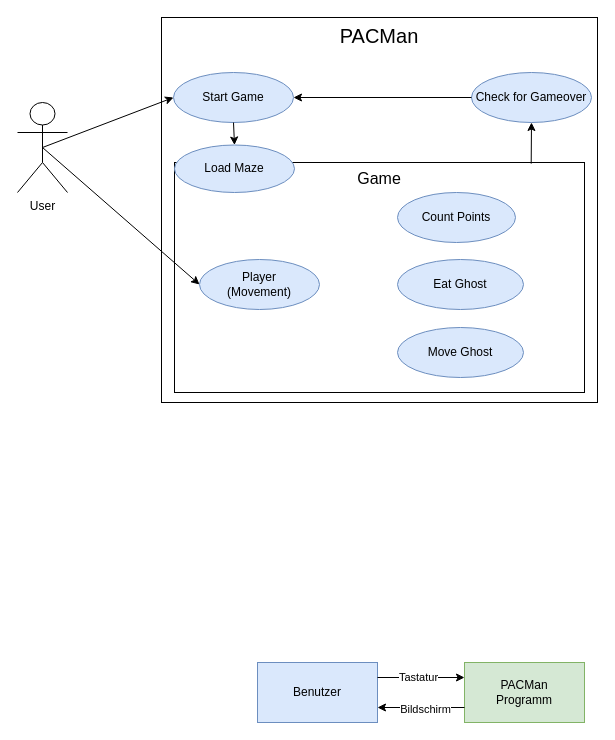
Before: Planung/Kontextdiagramm/Kontextdiagramm.drawio in flurin-b/PMSwEng, a draw.io diagram. Source tidied: cells renumbered, new cells numbered last; positions are measured from the earlier drawing's top-left corner, leaving out a move shared by most shapes. Both pictures are drawn from the tidied source at 100%, with x=0, y=0 at pixel (17, 17).
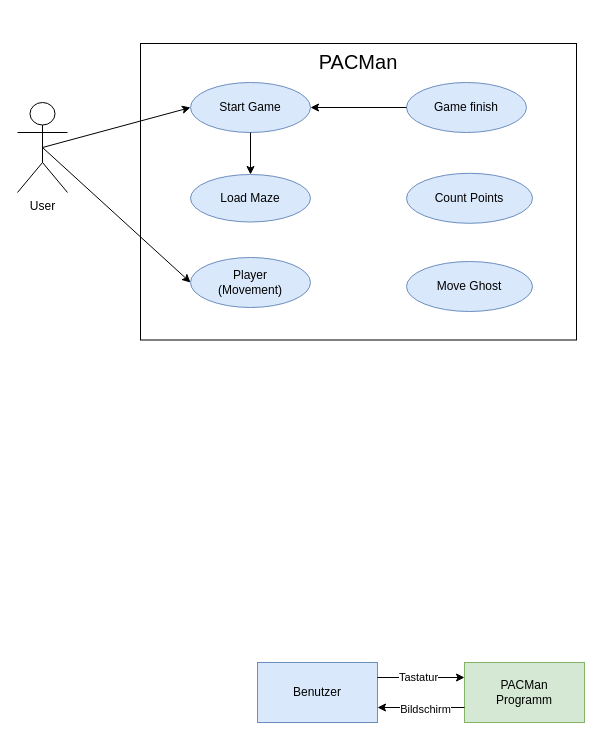
Above is the later version.

Commit message:
Anpassungen Name

The edit, as a diff of the source:
```diff
@@
     <mxCell id="2" value="PACMan" style="rounded=0;whiteSpace=wrap;html=1;horizontal=1;verticalAlign=top;fontSize=20;" parent="1" vertex="1">
-      <mxGeometry x="144" width="436" height="385" as="geometry" />
+      <mxGeometry x="123" y="26" width="436" height="296.5" as="geometry" />
     </mxCell>
-    <mxCell id="3" value="Game&lt;br style=&quot;font-size: 16px;&quot;&gt;" style="rounded=0;whiteSpace=wrap;html=1;verticalAlign=top;align=center;fontSize=16;" parent="1" vertex="1">
-      <mxGeometry x="157" y="145" width="410" height="230" as="geometry" />
-    </mxCell>
@@
     <mxCell id="5" value="Player&lt;br&gt;(Movement)" style="ellipse;whiteSpace=wrap;html=1;fillColor=#dae8fc;strokeColor=#6c8ebf;" parent="1" vertex="1">
-      <mxGeometry x="182" y="242" width="120" height="50" as="geometry" />
+      <mxGeometry x="173" y="240" width="120" height="50" as="geometry" />
     </mxCell>
     <mxCell id="6" value="Start Game" style="ellipse;whiteSpace=wrap;html=1;fillColor=#dae8fc;strokeColor=#6c8ebf;" parent="1" vertex="1">
-      <mxGeometry x="156" y="55" width="120" height="50" as="geometry" />
+      <mxGeometry x="173" y="65" width="120" height="50" as="geometry" />
     </mxCell>
@@
-    <mxCell id="9" value="Check for Gameover" style="ellipse;whiteSpace=wrap;html=1;fillColor=#dae8fc;strokeColor=#6c8ebf;" parent="1" vertex="1">
-      <mxGeometry x="454" y="55" width="120" height="50" as="geometry" />
+    <mxCell id="9" value="Game finish" style="ellipse;whiteSpace=wrap;html=1;fillColor=#dae8fc;strokeColor=#6c8ebf;" parent="1" vertex="1">
+      <mxGeometry x="389" y="65" width="120" height="50" as="geometry" />
     </mxCell>
@@
     <mxCell id="11" value="Load Maze" style="ellipse;whiteSpace=wrap;html=1;fillColor=#dae8fc;strokeColor=#6c8ebf;" parent="1" vertex="1">
-      <mxGeometry x="157" y="127.5" width="120" height="47.5" as="geometry" />
+      <mxGeometry x="173" y="157" width="120" height="47.5" as="geometry" />
     </mxCell>
@@
-    <mxCell id="19" value="Eat Ghost" style="ellipse;whiteSpace=wrap;html=1;fillColor=#dae8fc;strokeColor=#6c8ebf;" parent="1" vertex="1">
-      <mxGeometry x="380" y="242" width="126" height="50" as="geometry" />
-    </mxCell>
-    <mxCell id="20" style="endArrow=classic;html=1;rounded=0;entryX=0.5;entryY=1;entryDx=0;entryDy=0;exitX=0.87;exitY=0.005;exitDx=0;exitDy=0;exitPerimeter=0;" parent="1" edge="1" source="3" target="9">
-      <mxGeometry relative="1" as="geometry" />
-    </mxCell>
+    <mxCell id="22" value="Move Ghost" style="ellipse;whiteSpace=wrap;html=1;fillColor=#dae8fc;strokeColor=#6c8ebf;" parent="1" vertex="1">
+      <mxGeometry x="389" y="244" width="126" height="50" as="geometry" />
+    </mxCell>
     <mxCell id="21" value="Count Points" style="ellipse;whiteSpace=wrap;html=1;fillColor=#dae8fc;strokeColor=#6c8ebf;" parent="1" vertex="1">
-      <mxGeometry x="380" y="175" width="118" height="50" as="geometry" />
+      <mxGeometry x="389" y="155.8" width="126" height="50" as="geometry" />
     </mxCell>
-    <mxCell id="22" value="Move Ghost" style="ellipse;whiteSpace=wrap;html=1;fillColor=#dae8fc;strokeColor=#6c8ebf;" parent="1" vertex="1">
-      <mxGeometry x="380" y="310" width="126" height="50" as="geometry" />
-    </mxCell>
+    <mxCell id="23" style="edgeStyle=orthogonalEdgeStyle;rounded=0;orthogonalLoop=1;jettySize=auto;html=1;exitX=0.5;exitY=1;exitDx=0;exitDy=0;" parent="1" edge="1" source="2" target="2">
+      <mxGeometry relative="1" as="geometry" />
+    </mxCell>
```
